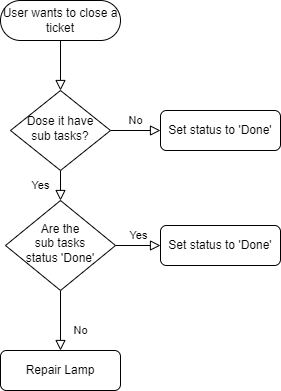
Earlier version of the draw.io export documentation/SubTask_Trigger.drawio.png (IvoRum/Task-Sync). Source tidied: cells renumbered, new cells last; positions are measured from the earlier drawing's top-left corner, leaving out a move shared by most shapes.
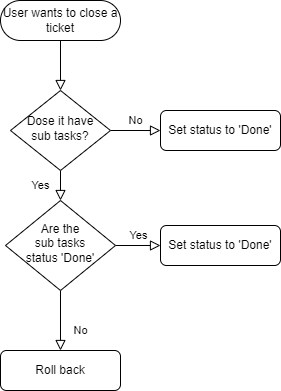
After the change.

The edit, as a diff of the source:
```diff
@@ -29,7 +29,7 @@
     <mxCell id="10" value="Are the &lt;br&gt;sub tasks &lt;br&gt;status 'Done'" style="rhombus;whiteSpace=wrap;html=1;shadow=0;fontFamily=Helvetica;fontSize=12;align=center;strokeWidth=1;spacing=6;spacingTop=-4;" parent="1" vertex="1">
       <mxGeometry x="5" y="200" width="110" height="90" as="geometry" />
     </mxCell>
-    <mxCell id="11" value="Repair Lamp" style="rounded=1;whiteSpace=wrap;html=1;fontSize=12;glass=0;strokeWidth=1;shadow=0;" parent="1" vertex="1">
+    <mxCell id="11" value="Roll back" style="rounded=1;whiteSpace=wrap;html=1;fontSize=12;glass=0;strokeWidth=1;shadow=0;" parent="1" vertex="1">
       <mxGeometry y="350" width="120" height="40" as="geometry" />
     </mxCell>
     <mxCell id="12" value="Set status to 'Done'" style="rounded=1;whiteSpace=wrap;html=1;fontSize=12;glass=0;strokeWidth=1;shadow=0;" parent="1" vertex="1">
```
